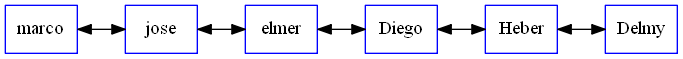
Earlier version of the Graphviz export Python EDD/graficaLista.gv.png (6mmario/Proyecto1). Its source is kept beside it as Python EDD/graficaLista.gv.
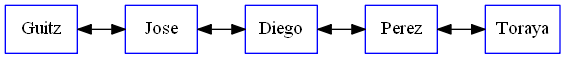
Above is the later version.

What changed in the source:
```diff
@@ -1,14 +1,12 @@
 digraph G {
 rankdir=LR
 	node [color=blue shape=box]
-		marco -> jose
+		Guitz -> Jose
 [dir=both]
-		jose -> elmer
+		Jose -> Diego
 [dir=both]
-		elmer -> Diego
+		Diego -> Perez
 [dir=both]
-		Diego -> Heber
-[dir=both]
-		Heber -> Delmy
+		Perez -> Toraya
 [dir=both]
 }
```
